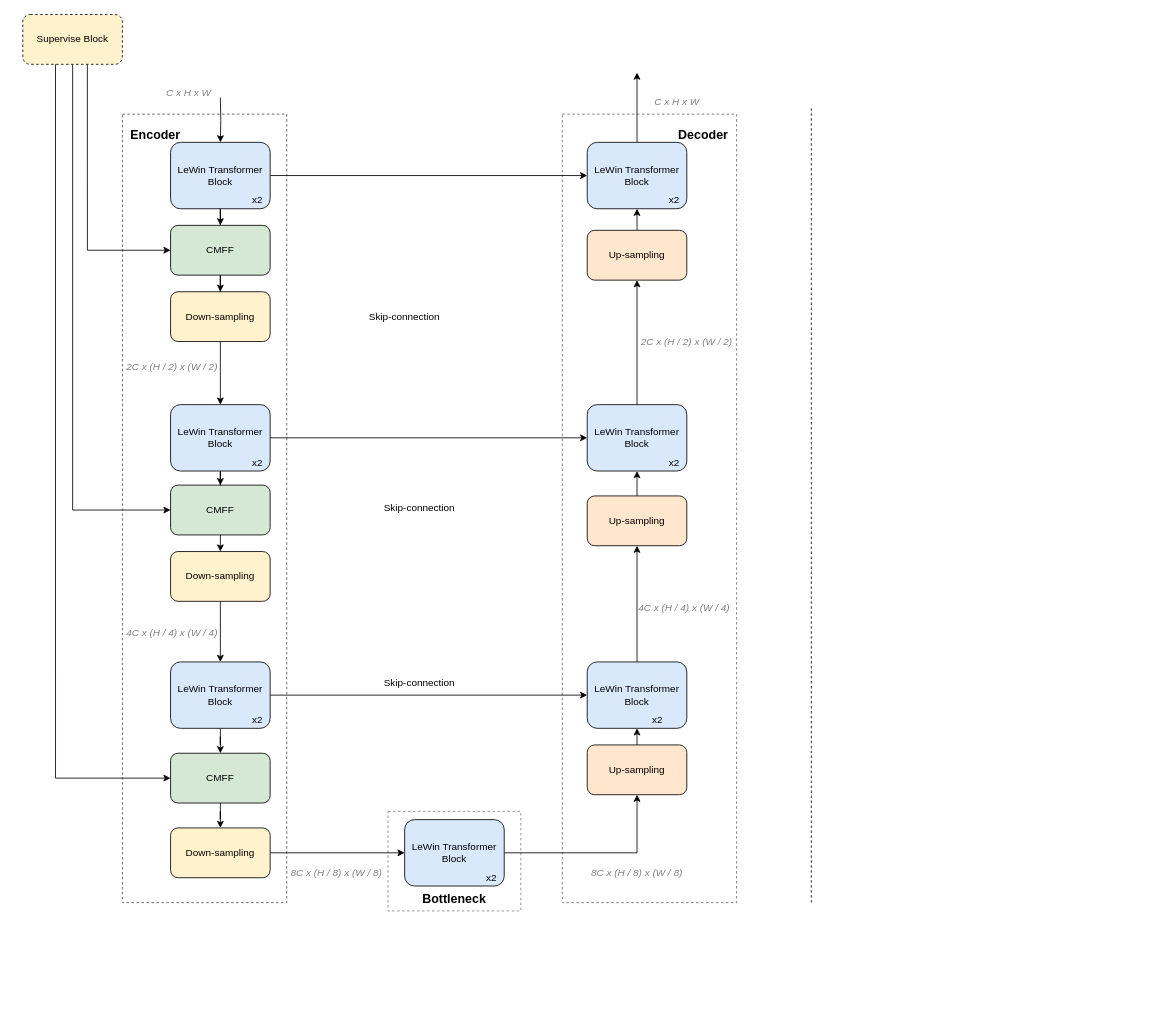
This is MTRNet.drawio from user815886724/Drawio, a draw.io file, before an edit. Source tidied: cells renumbered, new cells numbered last; positions are measured from the earlier drawing's top-left corner, leaving out a move shared by most shapes. Both pictures are drawn from the tidied source at 83%, with x=0, y=0 at pixel (22, 14).
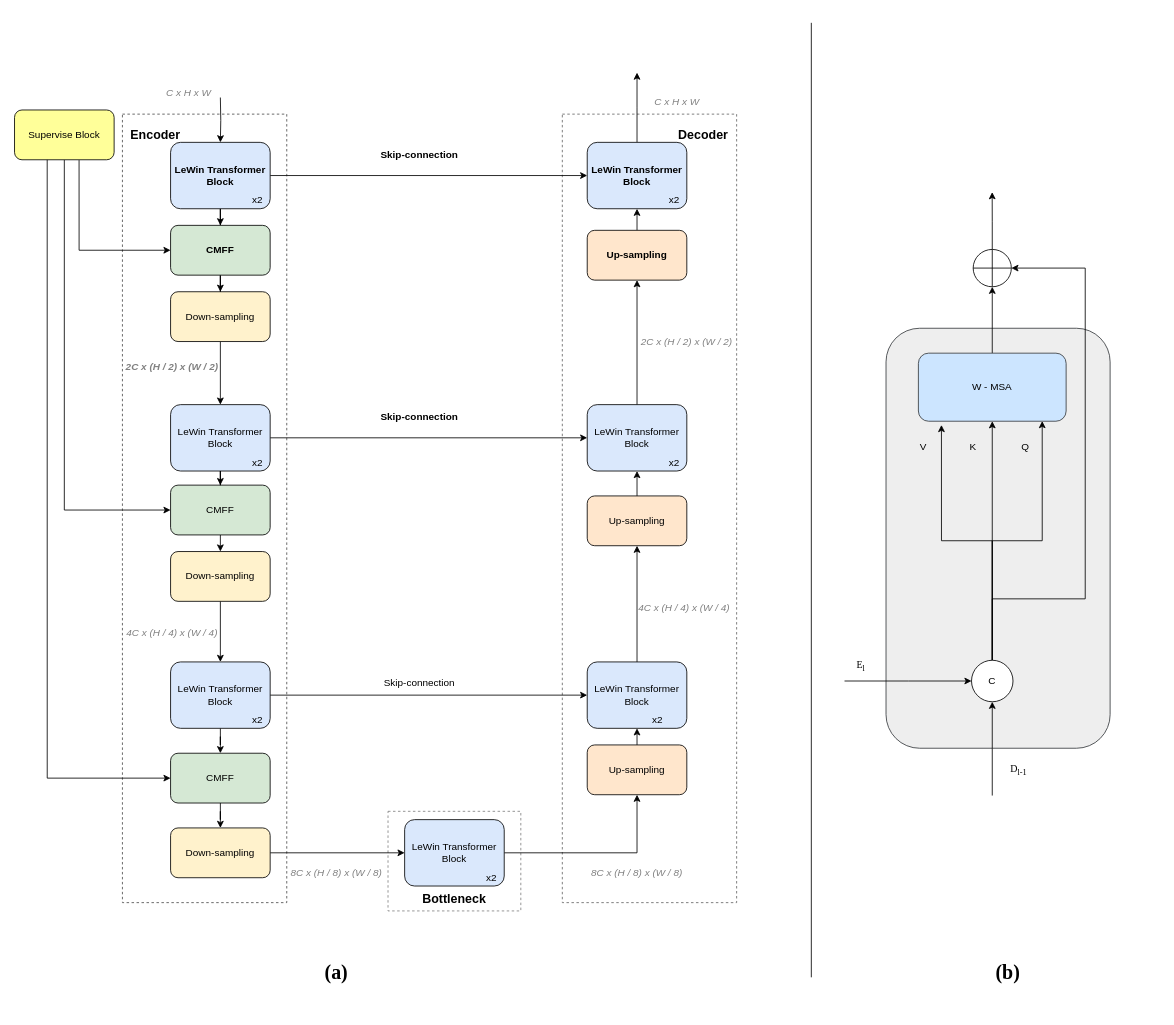
The same diagram, later.

What changed in the source:
```diff
@@
+    <mxCell id="69" style="rounded=1;whiteSpace=wrap;html=1;strokeColor=#36393d;fillColor=#eeeeee;" parent="1" vertex="1">
+      <mxGeometry x="1040" y="378" width="270" height="506" as="geometry" />
+    </mxCell>
@@
-    <mxCell id="8" value="LeWin Transformer Block" style="rounded=1;whiteSpace=wrap;html=1;fillColor=#dae8fc;strokeColor=#000000;shadow=0;glass=0;sketch=0;labelBackgroundColor=none;fontColor=default;" parent="1" vertex="1">
+    <mxCell id="8" value="&lt;b&gt;LeWin Transformer Block&lt;/b&gt;" style="rounded=1;whiteSpace=wrap;html=1;fillColor=#dae8fc;strokeColor=#000000;shadow=0;glass=0;sketch=0;labelBackgroundColor=none;fontColor=default;" parent="1" vertex="1">
       <mxGeometry x="178" y="154" width="120" height="80" as="geometry" />
     </mxCell>
@@
-    <mxCell id="35" value="LeWin Transformer Block" style="rounded=1;whiteSpace=wrap;html=1;fillColor=#dae8fc;strokeColor=default;shadow=0;glass=0;sketch=0;labelBackgroundColor=none;fontColor=default;" parent="1" vertex="1">
+    <mxCell id="35" value="&lt;b&gt;LeWin Transformer Block&lt;/b&gt;" style="rounded=1;whiteSpace=wrap;html=1;fillColor=#dae8fc;strokeColor=default;shadow=0;glass=0;sketch=0;labelBackgroundColor=none;fontColor=default;" parent="1" vertex="1">
       <mxGeometry x="680" y="154" width="120" height="80" as="geometry" />
     </mxCell>
@@
-    <mxCell id="40" value="Up-sampling" style="rounded=1;whiteSpace=wrap;html=1;shadow=0;glass=0;labelBackgroundColor=none;sketch=0;strokeColor=#000000;fillColor=#ffe6cc;fontColor=default;" parent="1" vertex="1">
+    <mxCell id="40" value="&lt;b&gt;Up-sampling&lt;/b&gt;" style="rounded=1;whiteSpace=wrap;html=1;shadow=0;glass=0;labelBackgroundColor=none;sketch=0;strokeColor=#000000;fillColor=#ffe6cc;fontColor=default;" parent="1" vertex="1">
       <mxGeometry x="680" y="260" width="120" height="60" as="geometry" />
     </mxCell>
@@
-    <mxCell id="44" value="&lt;i&gt;&lt;font&gt;2C x (H / 2) x (W / 2)&lt;/font&gt;&lt;/i&gt;" style="text;html=1;strokeColor=none;fillColor=none;align=center;verticalAlign=middle;whiteSpace=wrap;rounded=0;shadow=0;glass=0;labelBackgroundColor=none;sketch=0;fontColor=#808080;" parent="1" vertex="1">
+    <mxCell id="44" value="&lt;i&gt;&lt;font&gt;&lt;b&gt;2C x (H / 2) x (W / 2)&lt;/b&gt;&lt;/font&gt;&lt;/i&gt;" style="text;html=1;strokeColor=none;fillColor=none;align=center;verticalAlign=middle;whiteSpace=wrap;rounded=0;shadow=0;glass=0;labelBackgroundColor=none;sketch=0;fontColor=#808080;" parent="1" vertex="1">
       <mxGeometry x="120" y="410" width="120" height="30" as="geometry" />
     </mxCell>
@@
-    <mxCell id="50" value="Skip-connection" style="text;html=1;strokeColor=none;fillColor=none;align=center;verticalAlign=middle;whiteSpace=wrap;rounded=0;" parent="1" vertex="1">
-      <mxGeometry x="418" y="580" width="120" height="30" as="geometry" />
+    <mxCell id="50" value="&lt;b&gt;Skip-connection&lt;/b&gt;" style="text;html=1;strokeColor=none;fillColor=none;align=center;verticalAlign=middle;whiteSpace=wrap;rounded=0;" parent="1" vertex="1">
+      <mxGeometry x="418" y="470" width="120" height="30" as="geometry" />
     </mxCell>
@@
-    <mxCell id="52" value="Skip-connection" style="text;html=1;strokeColor=none;fillColor=none;align=center;verticalAlign=middle;whiteSpace=wrap;rounded=0;" parent="1" vertex="1">
-      <mxGeometry x="400" y="350" width="120" height="30" as="geometry" />
+    <mxCell id="52" value="&lt;b&gt;Skip-connection&lt;/b&gt;" style="text;html=1;strokeColor=none;fillColor=none;align=center;verticalAlign=middle;whiteSpace=wrap;rounded=0;" parent="1" vertex="1">
+      <mxGeometry x="418" y="154" width="120" height="30" as="geometry" />
     </mxCell>
-    <mxCell id="53" style="endArrow=none;dashed=1;html=1;rounded=0;" parent="1" edge="1">
+    <mxCell id="53" style="endArrow=none;html=1;rounded=0;" parent="1" edge="1">
       <mxGeometry relative="1" as="geometry">
-        <mxPoint x="950" y="1070" as="sourcePoint" />
-        <mxPoint x="950" y="110" as="targetPoint" />
+        <mxPoint x="950" y="1160" as="sourcePoint" />
+        <mxPoint x="950" y="10" as="targetPoint" />
       </mxGeometry>
     </mxCell>
@@
-    <mxCell id="56" value="CMFF" style="rounded=1;whiteSpace=wrap;html=1;shadow=0;glass=0;labelBackgroundColor=none;sketch=0;strokeColor=#000000;fillColor=#d5e8d4;" parent="1" vertex="1">
+    <mxCell id="56" value="&lt;b&gt;CMFF&lt;/b&gt;" style="rounded=1;whiteSpace=wrap;html=1;shadow=0;glass=0;labelBackgroundColor=none;sketch=0;strokeColor=#000000;fillColor=#d5e8d4;" parent="1" vertex="1">
       <mxGeometry x="178" y="254" width="120" height="60" as="geometry" />
     </mxCell>
@@
-    <mxCell id="68" value="Supervise Block" style="rounded=1;whiteSpace=wrap;html=1;strokeColor=#000000;fillColor=#FFF2CC;dashed=1;" parent="1" vertex="1">
-      <mxGeometry width="120" height="60" as="geometry" />
+    <mxCell id="68" value="Supervise Block" style="rounded=1;whiteSpace=wrap;html=1;strokeColor=#000000;fillColor=#FFFF99;" parent="1" vertex="1">
+      <mxGeometry x="-10" y="115" width="120" height="60" as="geometry" />
     </mxCell>
+    <mxCell id="70" style="edgeStyle=orthogonalEdgeStyle;rounded=0;jettySize=auto;html=1;startArrow=none;startFill=0;endArrow=classic;endFill=1;" parent="1" edge="1" source="71" target="80">
+      <mxGeometry relative="1" as="geometry" />
+    </mxCell>
+    <mxCell id="71" value="W - MSA" style="rounded=1;whiteSpace=wrap;html=1;strokeColor=#36393d;fillColor=#cce5ff;" parent="1" vertex="1">
+      <mxGeometry x="1079" y="408" width="178" height="82" as="geometry" />
+    </mxCell>
+    <mxCell id="72" style="edgeStyle=orthogonalEdgeStyle;rounded=0;jettySize=auto;html=1;exitX=0.5;exitY=0;exitDx=0;exitDy=0;entryX=0.5;entryY=1;entryDx=0;entryDy=0;startArrow=none;startFill=0;endArrow=classic;endFill=1;" parent="1" edge="1" source="78" target="71">
+      <mxGeometry relative="1" as="geometry" />
+    </mxCell>
+    <mxCell id="73" style="edgeStyle=orthogonalEdgeStyle;rounded=0;jettySize=auto;html=1;exitX=0.5;exitY=1;exitDx=0;exitDy=0;startArrow=classic;startFill=1;endArrow=none;endFill=0;" parent="1" edge="1" source="78">
+      <mxGeometry relative="1" as="geometry">
+        <mxPoint x="1168" y="941" as="targetPoint" />
+      </mxGeometry>
+    </mxCell>
+    <mxCell id="74" style="edgeStyle=orthogonalEdgeStyle;rounded=0;jettySize=auto;html=1;exitX=0;exitY=0.5;exitDx=0;exitDy=0;startArrow=classic;startFill=1;endArrow=none;endFill=0;" parent="1" edge="1" source="78">
+      <mxGeometry relative="1" as="geometry">
+        <mxPoint x="990" y="803" as="targetPoint" />
+      </mxGeometry>
+    </mxCell>
+    <mxCell id="75" style="edgeStyle=orthogonalEdgeStyle;rounded=0;jettySize=auto;html=1;exitX=0.5;exitY=0;exitDx=0;exitDy=0;entryX=0.838;entryY=0.998;entryDx=0;entryDy=0;entryPerimeter=0;startArrow=none;startFill=0;endArrow=classic;endFill=1;" parent="1" edge="1" source="78" target="71">
+      <mxGeometry relative="1" as="geometry" />
+    </mxCell>
+    <mxCell id="76" style="edgeStyle=orthogonalEdgeStyle;rounded=0;jettySize=auto;html=1;exitX=0.5;exitY=0;exitDx=0;exitDy=0;entryX=0.156;entryY=1.055;entryDx=0;entryDy=0;entryPerimeter=0;startArrow=none;startFill=0;endArrow=classic;endFill=1;" parent="1" edge="1" source="78" target="71">
+      <mxGeometry relative="1" as="geometry" />
+    </mxCell>
+    <mxCell id="77" style="edgeStyle=orthogonalEdgeStyle;rounded=0;jettySize=auto;html=1;exitX=0.5;exitY=0;exitDx=0;exitDy=0;entryX=1;entryY=0.5;entryDx=0;entryDy=0;startArrow=none;startFill=0;endArrow=classic;endFill=1;" parent="1" edge="1" source="78" target="80">
+      <mxGeometry relative="1" as="geometry">
+        <Array as="points">
+          <mxPoint x="1168" y="704" />
+          <mxPoint x="1280" y="704" />
+          <mxPoint x="1280" y="306" />
+        </Array>
+      </mxGeometry>
+    </mxCell>
+    <mxCell id="78" value="C" style="ellipse;whiteSpace=wrap;html=1;" parent="1" vertex="1">
+      <mxGeometry x="1143" y="778" width="50" height="50" as="geometry" />
+    </mxCell>
+    <mxCell id="79" style="edgeStyle=orthogonalEdgeStyle;rounded=0;jettySize=auto;html=1;exitX=0.5;exitY=0;exitDx=0;exitDy=0;startArrow=none;startFill=0;endArrow=classic;endFill=1;" parent="1" edge="1" source="80">
+      <mxGeometry relative="1" as="geometry">
+        <mxPoint x="1167.9" y="214" as="targetPoint" />
+      </mxGeometry>
+    </mxCell>
+    <mxCell id="80" style="shape=orEllipse;perimeter=ellipsePerimeter;whiteSpace=wrap;html=1;backgroundOutline=1;fontColor=#FF170F;strokeColor=#000000;align=center;verticalAlign=top;fillColor=default;" parent="1" vertex="1">
+      <mxGeometry x="1145" y="283" width="46" height="45" as="geometry" />
+    </mxCell>
+    <mxCell id="81" value="V" style="text;html=1;strokeColor=none;fillColor=none;align=center;verticalAlign=middle;whiteSpace=wrap;rounded=0;" parent="1" vertex="1">
+      <mxGeometry x="1070" y="511" width="30" height="20" as="geometry" />
+    </mxCell>
+    <mxCell id="82" value="K" style="text;html=1;strokeColor=none;fillColor=none;align=center;verticalAlign=middle;whiteSpace=wrap;rounded=0;" parent="1" vertex="1">
+      <mxGeometry x="1130" y="511" width="30" height="20" as="geometry" />
+    </mxCell>
+    <mxCell id="83" value="Q" style="text;html=1;strokeColor=none;fillColor=none;align=center;verticalAlign=middle;whiteSpace=wrap;rounded=0;" parent="1" vertex="1">
+      <mxGeometry x="1193" y="511" width="30" height="20" as="geometry" />
+    </mxCell>
+    <mxCell id="84" value="&lt;font face=&quot;Times New Roman&quot;&gt;E&lt;sub&gt;l&lt;/sub&gt;&lt;/font&gt;" style="text;html=1;strokeColor=none;fillColor=none;align=center;verticalAlign=middle;whiteSpace=wrap;rounded=0;" parent="1" vertex="1">
+      <mxGeometry x="980" y="770" width="60" height="30" as="geometry" />
+    </mxCell>
+    <mxCell id="85" value="&lt;font face=&quot;Times New Roman&quot;&gt;D&lt;sub&gt;l-1&lt;/sub&gt;&lt;/font&gt;" style="text;html=1;strokeColor=none;fillColor=none;align=center;verticalAlign=middle;whiteSpace=wrap;rounded=0;" parent="1" vertex="1">
+      <mxGeometry x="1170" y="895" width="60" height="30" as="geometry" />
+    </mxCell>
+    <mxCell id="86" value="&lt;h1&gt;(a)&lt;/h1&gt;" style="text;html=1;strokeColor=none;fillColor=none;align=center;verticalAlign=middle;whiteSpace=wrap;rounded=0;fontFamily=Times New Roman;" parent="1" vertex="1">
+      <mxGeometry x="196" y="1110" width="364" height="90" as="geometry" />
+    </mxCell>
+    <mxCell id="87" value="&lt;h1&gt;(b)&lt;/h1&gt;" style="text;html=1;strokeColor=none;fillColor=none;align=center;verticalAlign=middle;whiteSpace=wrap;rounded=0;fontFamily=Times New Roman;" parent="1" vertex="1">
+      <mxGeometry x="1005" y="1110" width="364" height="90" as="geometry" />
+    </mxCell>
```
